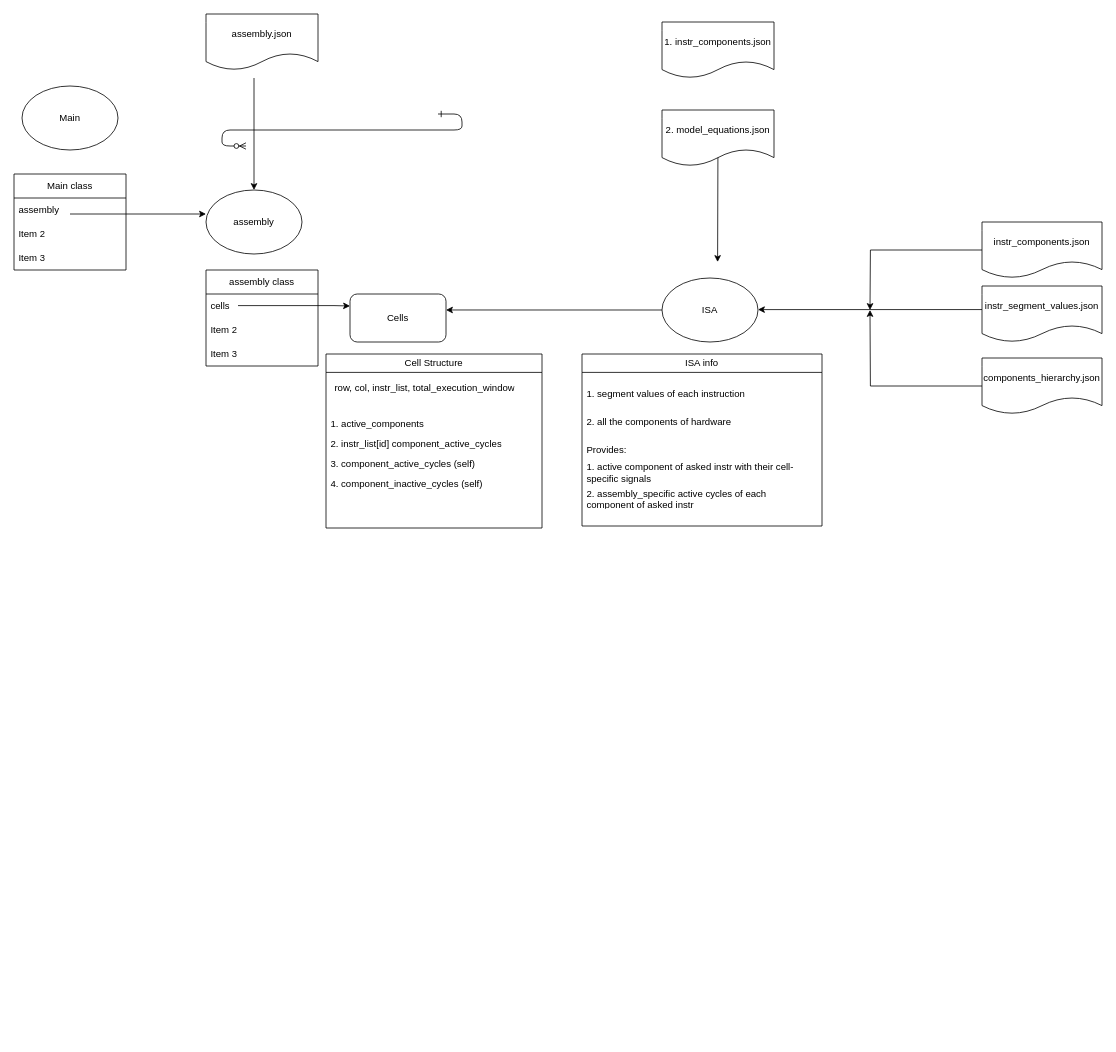
This is Untitled Diagram.drawio from ritikaratnu111/characterization_code, a draw.io file, before an edit. Source tidied: cells renumbered, new cells numbered last; positions are measured from the earlier drawing's top-left corner, leaving out a move shared by most shapes. Both pictures are drawn from the tidied source at 80%, with x=0, y=0 at pixel (14, 14).
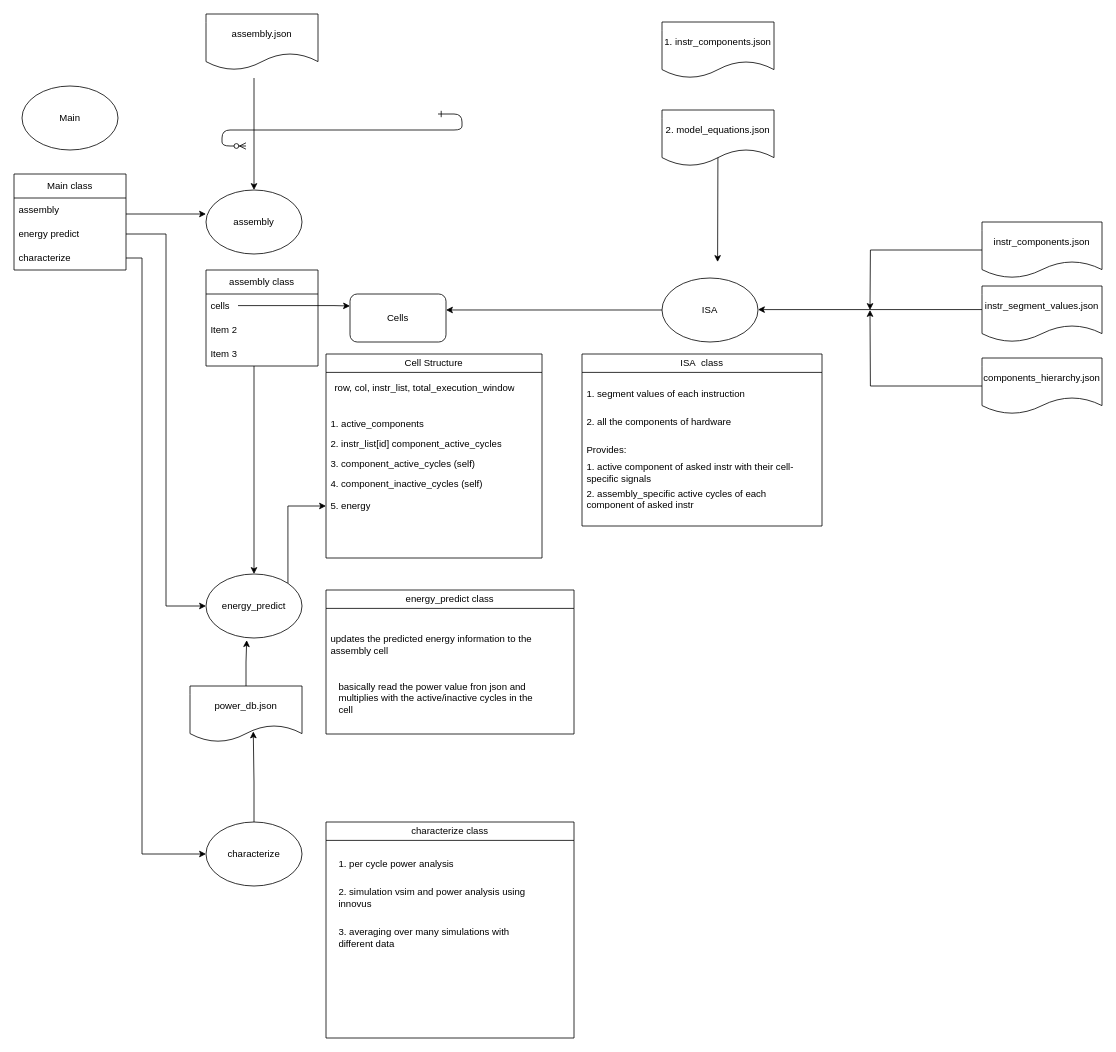
The same diagram, later.

The change refers to these unchanged cells:
```xml
<mxCell id="4" value="Main class" style="swimlane;fontStyle=0;horizontal=1;startSize=30;whiteSpace=wrap;html=1;" parent="1" vertex="1">
  <mxGeometry y="200" width="140" height="120" as="geometry" />
</mxCell>
<mxCell id="8" value="assembly" style="ellipse;whiteSpace=wrap;html=1;" parent="1" vertex="1">
  <mxGeometry x="240" y="220" width="120" height="80" as="geometry" />
</mxCell>
<mxCell id="10" value="assembly class" style="swimlane;fontStyle=0;horizontal=1;startSize=30;whiteSpace=wrap;html=1;" parent="1" vertex="1">
  <mxGeometry x="240" y="320" width="140" height="120" as="geometry" />
</mxCell>
```

What changed in the source:
```diff
@@
-    <mxCell id="6" value="Item 2" style="text;strokeColor=none;fillColor=none;align=left;verticalAlign=middle;spacingLeft=4;spacingRight=4;overflow=hidden;points=[[0,0.5],[1,0.5]];portConstraint=eastwest;whiteSpace=wrap;html=1;" parent="4" vertex="1">
+    <mxCell id="6" value="energy predict" style="text;strokeColor=none;fillColor=none;align=left;verticalAlign=middle;spacingLeft=4;spacingRight=4;overflow=hidden;points=[[0,0.5],[1,0.5]];portConstraint=eastwest;whiteSpace=wrap;html=1;" parent="4" vertex="1">
       <mxGeometry y="60" width="140" height="30" as="geometry" />
     </mxCell>
-    <mxCell id="7" value="Item 3" style="text;strokeColor=none;fillColor=none;align=left;verticalAlign=middle;spacingLeft=4;spacingRight=4;overflow=hidden;points=[[0,0.5],[1,0.5]];portConstraint=eastwest;whiteSpace=wrap;html=1;" parent="4" vertex="1">
+    <mxCell id="7" value="characterize" style="text;strokeColor=none;fillColor=none;align=left;verticalAlign=middle;spacingLeft=4;spacingRight=4;overflow=hidden;points=[[0,0.5],[1,0.5]];portConstraint=eastwest;whiteSpace=wrap;html=1;" parent="4" vertex="1">
       <mxGeometry y="90" width="140" height="30" as="geometry" />
     </mxCell>
@@
     <mxCell id="9" style="endArrow=classic;html=1;rounded=0;entryX=0;entryY=0.375;entryDx=0;entryDy=0;entryPerimeter=0;" parent="1" edge="1" target="8">
       <mxGeometry relative="1" as="geometry">
-        <mxPoint x="70" y="250" as="sourcePoint" />
+        <mxPoint x="140" y="250" as="sourcePoint" />
       </mxGeometry>
     </mxCell>
+    <mxCell id="41" style="edgeStyle=orthogonalEdgeStyle;rounded=0;jettySize=auto;html=1;entryX=0.5;entryY=0;entryDx=0;entryDy=0;" parent="1" edge="1" source="10" target="44">
+      <mxGeometry relative="1" as="geometry">
+        <Array as="points">
+          <mxPoint x="300" y="510" />
+          <mxPoint x="300" y="510" />
+        </Array>
+      </mxGeometry>
+    </mxCell>
@@
     <mxCell id="30" value="&lt;span style=&quot;font-weight: normal;&quot;&gt;Cell Structure&lt;/span&gt;" style="swimlane;whiteSpace=wrap;html=1;" parent="1" vertex="1">
-      <mxGeometry x="390" y="425" width="270" height="217.5" as="geometry" />
+      <mxGeometry x="390" y="425" width="270" height="255" as="geometry" />
     </mxCell>
@@
+    <mxCell id="42" value="5. energy" style="text;strokeColor=none;fillColor=none;align=left;verticalAlign=middle;spacingLeft=4;spacingRight=4;overflow=hidden;points=[[0,0.5],[1,0.5]];portConstraint=eastwest;whiteSpace=wrap;html=1;" parent="30" vertex="1">
+      <mxGeometry y="175" width="260" height="30" as="geometry" />
+    </mxCell>
-    <mxCell id="34" value="&lt;span style=&quot;font-weight: normal;&quot;&gt;ISA info&lt;/span&gt;" style="swimlane;whiteSpace=wrap;html=1;" parent="1" vertex="1">
+    <mxCell id="34" value="&lt;span style=&quot;font-weight: normal;&quot;&gt;ISA&amp;nbsp; class&lt;/span&gt;" style="swimlane;whiteSpace=wrap;html=1;startSize=23;" parent="1" vertex="1">
       <mxGeometry x="710" y="425" width="300" height="215" as="geometry" />
     </mxCell>
@@
+    <mxCell id="43" style="edgeStyle=orthogonalEdgeStyle;rounded=0;jettySize=auto;html=1;exitX=1;exitY=0;exitDx=0;exitDy=0;" parent="1" edge="1" source="44" target="42">
+      <mxGeometry relative="1" as="geometry" />
+    </mxCell>
+    <mxCell id="44" value="energy_predict" style="ellipse;whiteSpace=wrap;html=1;" parent="1" vertex="1">
+      <mxGeometry x="240" y="700" width="120" height="80" as="geometry" />
+    </mxCell>
+    <mxCell id="45" style="edgeStyle=orthogonalEdgeStyle;rounded=0;jettySize=auto;html=1;entryX=0;entryY=0.5;entryDx=0;entryDy=0;" parent="1" edge="1" source="6" target="44">
+      <mxGeometry relative="1" as="geometry" />
+    </mxCell>
+    <mxCell id="46" style="edgeStyle=orthogonalEdgeStyle;rounded=0;jettySize=auto;html=1;exitX=0.5;exitY=0;exitDx=0;exitDy=0;entryX=0.424;entryY=1.034;entryDx=0;entryDy=0;entryPerimeter=0;" parent="1" edge="1" source="47" target="44">
+      <mxGeometry relative="1" as="geometry" />
+    </mxCell>
+    <mxCell id="47" value="power_db.json" style="shape=document;whiteSpace=wrap;html=1;boundedLbl=1;" parent="1" vertex="1">
+      <mxGeometry x="220" y="840" width="140" height="70" as="geometry" />
+    </mxCell>
+    <mxCell id="48" style="edgeStyle=orthogonalEdgeStyle;rounded=0;jettySize=auto;html=1;entryX=0.565;entryY=0.812;entryDx=0;entryDy=0;entryPerimeter=0;" parent="1" edge="1" source="49" target="47">
+      <mxGeometry relative="1" as="geometry" />
+    </mxCell>
+    <mxCell id="49" value="characterize" style="ellipse;whiteSpace=wrap;html=1;" parent="1" vertex="1">
+      <mxGeometry x="240" y="1010" width="120" height="80" as="geometry" />
+    </mxCell>
+    <mxCell id="50" style="edgeStyle=orthogonalEdgeStyle;rounded=0;jettySize=auto;html=1;entryX=0;entryY=0.5;entryDx=0;entryDy=0;" parent="1" edge="1" source="7" target="49">
+      <mxGeometry relative="1" as="geometry">
+        <Array as="points">
+          <mxPoint x="160" y="305" />
+          <mxPoint x="160" y="1050" />
+        </Array>
+      </mxGeometry>
+    </mxCell>
+    <mxCell id="51" value="&lt;span style=&quot;font-weight: normal;&quot;&gt;energy_predict class&lt;/span&gt;" style="swimlane;whiteSpace=wrap;html=1;" parent="1" vertex="1">
+      <mxGeometry x="390" y="720" width="310" height="180" as="geometry" />
+    </mxCell>
+    <mxCell id="52" value="updates the predicted energy information to the assembly cell" style="text;strokeColor=none;fillColor=none;align=left;verticalAlign=middle;spacingLeft=4;spacingRight=4;overflow=hidden;whiteSpace=wrap;html=1;" parent="51" vertex="1">
+      <mxGeometry y="35" width="280" height="65" as="geometry" />
+    </mxCell>
+    <mxCell id="53" value="basically read the power value fron json and multiplies with the active/inactive cycles in the cell" style="text;strokeColor=none;fillColor=none;align=left;verticalAlign=middle;spacingLeft=4;spacingRight=4;overflow=hidden;whiteSpace=wrap;html=1;" parent="51" vertex="1">
+      <mxGeometry x="10" y="100" width="260" height="70" as="geometry" />
+    </mxCell>
+    <mxCell id="54" value="&lt;span style=&quot;font-weight: normal;&quot;&gt;characterize class&lt;/span&gt;" style="swimlane;whiteSpace=wrap;html=1;startSize=23;" parent="1" vertex="1">
+      <mxGeometry x="390" y="1010" width="310" height="270" as="geometry" />
+    </mxCell>
+    <mxCell id="55" value="1. per cycle power analysis" style="text;strokeColor=none;fillColor=none;align=left;verticalAlign=middle;spacingLeft=4;spacingRight=4;overflow=hidden;whiteSpace=wrap;html=1;" parent="54" vertex="1">
+      <mxGeometry x="10" y="35" width="280" height="35" as="geometry" />
+    </mxCell>
+    <mxCell id="56" value="2. simulation vsim and power analysis using innovus" style="text;strokeColor=none;fillColor=none;align=left;verticalAlign=middle;spacingLeft=4;spacingRight=4;overflow=hidden;whiteSpace=wrap;html=1;" parent="54" vertex="1">
+      <mxGeometry x="10" y="70" width="260" height="50" as="geometry" />
+    </mxCell>
+    <mxCell id="57" value="3. averaging over many simulations with different data" style="text;strokeColor=none;fillColor=none;align=left;verticalAlign=middle;spacingLeft=4;spacingRight=4;overflow=hidden;whiteSpace=wrap;html=1;" parent="54" vertex="1">
+      <mxGeometry x="10" y="120" width="260" height="50" as="geometry" />
+    </mxCell>
```
